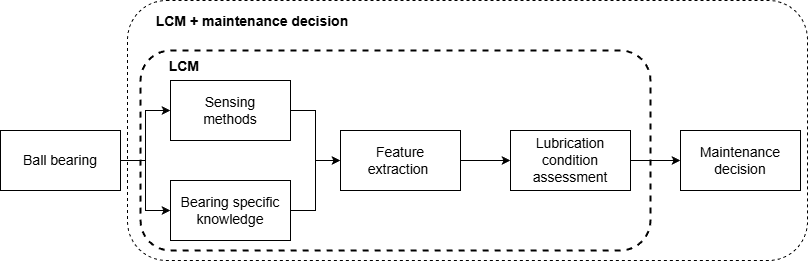
Earlier version of the draw.io export article/figures/lcm_overview.png (FVardi/literature-review-lubrication-condition-monitoring). Source tidied: cells renumbered, new cells last; positions are measured from the earlier drawing's top-left corner, leaving out a move shared by most shapes. The source it was exported from:
```xml
<mxGraphModel>
  <root>
    <mxCell id="0" />
    <mxCell id="1" parent="0" />
    <mxCell id="2" style="edgeStyle=orthogonalEdgeStyle;rounded=0;jettySize=auto;html=1;entryX=0;entryY=0.5;entryDx=0;entryDy=0;" parent="1" edge="1" source="4" target="6">
      <mxGeometry relative="1" as="geometry" />
    </mxCell>
    <mxCell id="3" style="edgeStyle=orthogonalEdgeStyle;rounded=0;jettySize=auto;html=1;entryX=0;entryY=0.5;entryDx=0;entryDy=0;" parent="1" edge="1" source="4" target="8">
      <mxGeometry relative="1" as="geometry" />
    </mxCell>
    <mxCell id="4" value="&lt;font style=&quot;font-size: 14px;&quot;&gt;Ball bearing&lt;/font&gt;" style="rounded=0;whiteSpace=wrap;html=1;" parent="1" vertex="1">
      <mxGeometry y="130" width="120" height="60" as="geometry" />
    </mxCell>
    <mxCell id="5" style="edgeStyle=orthogonalEdgeStyle;rounded=0;jettySize=auto;html=1;" parent="1" edge="1" source="6" target="10">
      <mxGeometry relative="1" as="geometry" />
    </mxCell>
    <mxCell id="6" value="&lt;font style=&quot;font-size: 14px;&quot;&gt;Sensing&lt;br&gt;methods&lt;/font&gt;" style="rounded=0;whiteSpace=wrap;html=1;" parent="1" vertex="1">
      <mxGeometry x="170" y="80" width="120" height="60" as="geometry" />
    </mxCell>
    <mxCell id="7" style="edgeStyle=orthogonalEdgeStyle;rounded=0;jettySize=auto;html=1;" parent="1" edge="1" source="8" target="10">
      <mxGeometry relative="1" as="geometry" />
    </mxCell>
    <mxCell id="8" value="&lt;font style=&quot;font-size: 14px;&quot;&gt;Bearing specific knowledge&lt;/font&gt;" style="rounded=0;whiteSpace=wrap;html=1;" parent="1" vertex="1">
      <mxGeometry x="170" y="180" width="120" height="60" as="geometry" />
    </mxCell>
    <mxCell id="9" style="edgeStyle=orthogonalEdgeStyle;rounded=0;jettySize=auto;html=1;" parent="1" edge="1" source="10" target="12">
      <mxGeometry relative="1" as="geometry" />
    </mxCell>
    <mxCell id="10" value="&lt;font style=&quot;font-size: 14px;&quot;&gt;Feature&lt;br&gt;&lt;/font&gt;&lt;div&gt;&lt;font style=&quot;font-size: 14px;&quot;&gt;extraction&lt;span style=&quot;background-color: transparent; color: light-dark(rgb(0, 0, 0), rgb(255, 255, 255));&quot;&gt;&amp;nbsp;&lt;/span&gt;&lt;/font&gt;&lt;/div&gt;" style="rounded=0;whiteSpace=wrap;html=1;" parent="1" vertex="1">
      <mxGeometry x="340" y="130" width="120" height="60" as="geometry" />
    </mxCell>
    <mxCell id="11" style="edgeStyle=orthogonalEdgeStyle;rounded=0;jettySize=auto;html=1;" parent="1" edge="1" source="12" target="13">
      <mxGeometry relative="1" as="geometry" />
    </mxCell>
    <mxCell id="12" value="&lt;font style=&quot;font-size: 14px;&quot;&gt;Lubrication condition assessment&lt;/font&gt;" style="rounded=0;whiteSpace=wrap;html=1;" parent="1" vertex="1">
      <mxGeometry x="510" y="130" width="120" height="60" as="geometry" />
    </mxCell>
    <mxCell id="13" value="&lt;font style=&quot;font-size: 14px;&quot;&gt;Maintenance decision&lt;/font&gt;" style="rounded=0;whiteSpace=wrap;html=1;" parent="1" vertex="1">
      <mxGeometry x="680" y="130" width="120" height="60" as="geometry" />
    </mxCell>
    <mxCell id="14" value="&lt;div&gt;&lt;b style=&quot;font-size: 14px;&quot;&gt;&lt;span style=&quot;white-space: pre;&quot;&gt;&#9;&lt;/span&gt;LCM&lt;br&gt;&lt;br&gt;&lt;br&gt;&lt;br&gt;&lt;br&gt;&lt;br&gt;&lt;br&gt;&lt;br&gt;&lt;br&gt;&lt;br&gt;&lt;br&gt;&lt;/b&gt;&lt;/div&gt;" style="rounded=1;whiteSpace=wrap;html=1;dashed=1;fillColor=none;align=left;strokeWidth=2;" parent="1" vertex="1">
      <mxGeometry x="140" y="50" width="510" height="200" as="geometry" />
    </mxCell>
    <mxCell id="15" value="&lt;div&gt;&lt;b style=&quot;font-size: 14px;&quot;&gt;&lt;span style=&quot;white-space: pre;&quot;&gt;&#9;&lt;/span&gt;LCM + maintenance decision&lt;br&gt;&lt;br&gt;&lt;br&gt;&lt;br&gt;&lt;br&gt;&lt;br&gt;&lt;br&gt;&lt;br&gt;&lt;br&gt;&lt;br&gt;&lt;br&gt;&lt;br&gt;&lt;br&gt;&lt;br&gt;&lt;/b&gt;&lt;/div&gt;" style="rounded=1;whiteSpace=wrap;html=1;dashed=1;fillColor=none;align=left;" parent="1" vertex="1">
      <mxGeometry x="127" width="680" height="260" as="geometry" />
    </mxCell>
  </root>
</mxGraphModel>
```
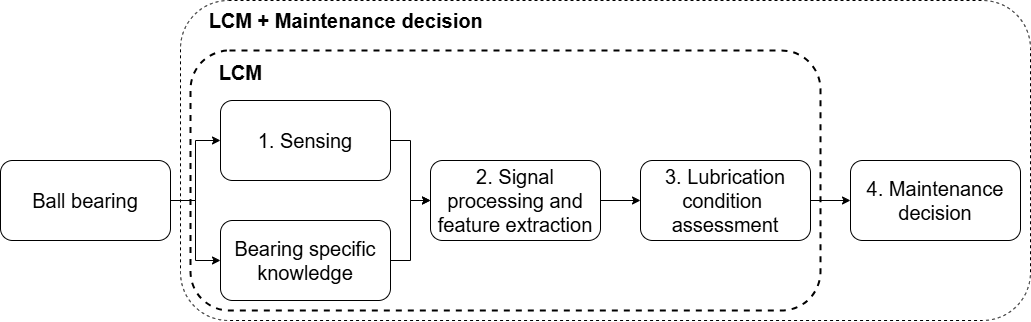
Above is the later version.

What changed in the source:
```diff
@@ -2,47 +2,47 @@
   <root>
     <mxCell id="0" />
     <mxCell id="1" parent="0" />
-    <mxCell id="2" style="edgeStyle=orthogonalEdgeStyle;rounded=0;jettySize=auto;html=1;entryX=0;entryY=0.5;entryDx=0;entryDy=0;" parent="1" edge="1" source="4" target="6">
-      <mxGeometry relative="1" as="geometry" />
-    </mxCell>
+    <mxCell id="16" style="edgeStyle=orthogonalEdgeStyle;rounded=0;jettySize=auto;html=1;exitX=1;exitY=0.5;exitDx=0;exitDy=0;entryX=0;entryY=0.5;entryDx=0;entryDy=0;" parent="1" edge="1" source="4" target="19">
+      <mxGeometry relative="1" as="geometry" />
+    </mxCell>
-    <mxCell id="3" style="edgeStyle=orthogonalEdgeStyle;rounded=0;jettySize=auto;html=1;entryX=0;entryY=0.5;entryDx=0;entryDy=0;" parent="1" edge="1" source="4" target="8">
+    <mxCell id="3" style="edgeStyle=orthogonalEdgeStyle;rounded=0;jettySize=auto;html=1;exitX=1;exitY=0.5;exitDx=0;exitDy=0;" parent="1" edge="1" source="4" target="8">
       <mxGeometry relative="1" as="geometry" />
     </mxCell>
-    <mxCell id="4" value="&lt;font style=&quot;font-size: 14px;&quot;&gt;Ball bearing&lt;/font&gt;" style="rounded=0;whiteSpace=wrap;html=1;" parent="1" vertex="1">
-      <mxGeometry y="130" width="120" height="60" as="geometry" />
+    <mxCell id="4" value="&lt;font style=&quot;font-size: 20px;&quot;&gt;Ball bearing&lt;/font&gt;" style="rounded=1;whiteSpace=wrap;html=1;fontSize=14;" parent="1" vertex="1">
+      <mxGeometry x="-30" y="130" width="170" height="80" as="geometry" />
     </mxCell>
-    <mxCell id="5" style="edgeStyle=orthogonalEdgeStyle;rounded=0;jettySize=auto;html=1;" parent="1" edge="1" source="6" target="10">
-      <mxGeometry relative="1" as="geometry" />
-    </mxCell>
-    <mxCell id="6" value="&lt;font style=&quot;font-size: 14px;&quot;&gt;Sensing&lt;br&gt;methods&lt;/font&gt;" style="rounded=0;whiteSpace=wrap;html=1;" parent="1" vertex="1">
-      <mxGeometry x="170" y="80" width="120" height="60" as="geometry" />
-    </mxCell>
-    <mxCell id="7" style="edgeStyle=orthogonalEdgeStyle;rounded=0;jettySize=auto;html=1;" parent="1" edge="1" source="8" target="10">
-      <mxGeometry relative="1" as="geometry" />
-    </mxCell>
+    <mxCell id="14" value="&lt;div&gt;&lt;b&gt;&lt;font style=&quot;font-size: 20px;&quot;&gt;&lt;span style=&quot;white-space: pre;&quot;&gt;&#9;&lt;/span&gt;LCM&lt;/font&gt;&lt;/b&gt;&lt;/div&gt;&lt;div&gt;&lt;b&gt;&lt;font style=&quot;font-size: 20px;&quot;&gt;&lt;br&gt;&lt;/font&gt;&lt;/b&gt;&lt;/div&gt;&lt;div&gt;&lt;b&gt;&lt;font style=&quot;font-size: 20px;&quot;&gt;&lt;br&gt;&lt;/font&gt;&lt;/b&gt;&lt;/div&gt;&lt;div&gt;&lt;b&gt;&lt;font style=&quot;font-size: 20px;&quot;&gt;&lt;br&gt;&lt;/font&gt;&lt;/b&gt;&lt;/div&gt;&lt;div&gt;&lt;b&gt;&lt;font style=&quot;font-size: 20px;&quot;&gt;&lt;br&gt;&lt;/font&gt;&lt;/b&gt;&lt;/div&gt;&lt;div&gt;&lt;b&gt;&lt;font style=&quot;font-size: 20px;&quot;&gt;&lt;br&gt;&lt;/font&gt;&lt;/b&gt;&lt;/div&gt;&lt;div&gt;&lt;b&gt;&lt;font style=&quot;font-size: 20px;&quot;&gt;&lt;br&gt;&lt;/font&gt;&lt;/b&gt;&lt;/div&gt;&lt;div&gt;&lt;b&gt;&lt;font style=&quot;font-size: 20px;&quot;&gt;&lt;br&gt;&lt;/font&gt;&lt;/b&gt;&lt;/div&gt;&lt;div&gt;&lt;b&gt;&lt;font style=&quot;font-size: 20px;&quot;&gt;&lt;br&gt;&lt;/font&gt;&lt;/b&gt;&lt;/div&gt;&lt;div&gt;&lt;b&gt;&lt;font style=&quot;font-size: 20px;&quot;&gt;&lt;br&gt;&lt;/font&gt;&lt;/b&gt;&lt;/div&gt;" style="rounded=1;whiteSpace=wrap;html=1;dashed=1;glass=0;fillColor=none;strokeWidth=2;align=left;" parent="1" vertex="1">
+      <mxGeometry x="160" y="20" width="630" height="260" as="geometry" />
+    </mxCell>
+    <mxCell id="17" value="&lt;font style=&quot;font-size: 20px;&quot;&gt;&lt;b style=&quot;&quot;&gt;&lt;span style=&quot;white-space: pre;&quot;&gt;&#9;&lt;/span&gt;LCM + Maintenance decision&lt;/b&gt;&lt;/font&gt;&lt;div&gt;&lt;font style=&quot;font-size: 20px;&quot;&gt;&lt;b&gt;&lt;br&gt;&lt;/b&gt;&lt;/font&gt;&lt;/div&gt;&lt;div&gt;&lt;font style=&quot;font-size: 20px;&quot;&gt;&lt;b&gt;&lt;br&gt;&lt;/b&gt;&lt;/font&gt;&lt;/div&gt;&lt;div&gt;&lt;font style=&quot;font-size: 20px;&quot;&gt;&lt;b&gt;&lt;br&gt;&lt;/b&gt;&lt;/font&gt;&lt;/div&gt;&lt;div&gt;&lt;font style=&quot;font-size: 20px;&quot;&gt;&lt;b&gt;&lt;br&gt;&lt;/b&gt;&lt;/font&gt;&lt;/div&gt;&lt;div&gt;&lt;font style=&quot;font-size: 20px;&quot;&gt;&lt;b&gt;&lt;br&gt;&lt;/b&gt;&lt;/font&gt;&lt;/div&gt;&lt;div&gt;&lt;font style=&quot;font-size: 20px;&quot;&gt;&lt;b&gt;&lt;br&gt;&lt;/b&gt;&lt;/font&gt;&lt;/div&gt;&lt;div&gt;&lt;font style=&quot;font-size: 20px;&quot;&gt;&lt;b&gt;&lt;br&gt;&lt;/b&gt;&lt;/font&gt;&lt;/div&gt;&lt;div&gt;&lt;font style=&quot;font-size: 20px;&quot;&gt;&lt;b&gt;&lt;br&gt;&lt;/b&gt;&lt;/font&gt;&lt;/div&gt;&lt;div&gt;&lt;font style=&quot;font-size: 20px;&quot;&gt;&lt;b&gt;&lt;br&gt;&lt;/b&gt;&lt;/font&gt;&lt;/div&gt;&lt;div&gt;&lt;font style=&quot;font-size: 20px;&quot;&gt;&lt;b&gt;&lt;br&gt;&lt;/b&gt;&lt;/font&gt;&lt;/div&gt;&lt;div&gt;&lt;font style=&quot;font-size: 20px;&quot;&gt;&lt;b&gt;&lt;br&gt;&lt;/b&gt;&lt;/font&gt;&lt;/div&gt;&lt;div&gt;&lt;br&gt;&lt;/div&gt;" style="rounded=1;whiteSpace=wrap;html=1;dashed=1;glass=0;fillColor=none;strokeWidth=1;strokeColor=default;align=left;" parent="1" vertex="1">
+      <mxGeometry x="150" y="-30" width="850" height="320" as="geometry" />
+    </mxCell>
+    <mxCell id="18" style="edgeStyle=orthogonalEdgeStyle;rounded=0;jettySize=auto;html=1;exitX=1;exitY=0.5;exitDx=0;exitDy=0;" parent="1" edge="1" source="19" target="21">
+      <mxGeometry relative="1" as="geometry" />
+    </mxCell>
+    <mxCell id="19" value="&lt;font style=&quot;font-size: 20px;&quot;&gt;1. Sensing&lt;/font&gt;" style="rounded=1;whiteSpace=wrap;html=1;fontSize=14;" parent="1" vertex="1">
+      <mxGeometry x="190" y="70" width="170" height="80" as="geometry" />
+    </mxCell>
+    <mxCell id="20" style="edgeStyle=orthogonalEdgeStyle;rounded=0;jettySize=auto;html=1;exitX=1;exitY=0.5;exitDx=0;exitDy=0;entryX=0;entryY=0.5;entryDx=0;entryDy=0;" parent="1" edge="1" source="21" target="23">
+      <mxGeometry relative="1" as="geometry" />
+    </mxCell>
+    <mxCell id="21" value="&lt;font style=&quot;font-size: 20px;&quot;&gt;2. Signal processing and feature extraction&lt;/font&gt;" style="rounded=1;whiteSpace=wrap;html=1;fontSize=14;" parent="1" vertex="1">
+      <mxGeometry x="400" y="130" width="170" height="80" as="geometry" />
+    </mxCell>
+    <mxCell id="22" style="edgeStyle=orthogonalEdgeStyle;rounded=0;jettySize=auto;html=1;" parent="1" edge="1" source="23" target="24">
+      <mxGeometry relative="1" as="geometry" />
+    </mxCell>
+    <mxCell id="23" value="&lt;font style=&quot;font-size: 20px;&quot;&gt;3. Lubrication condition&lt;/font&gt;&lt;span style=&quot;background-color: transparent; color: light-dark(rgb(0, 0, 0), rgb(255, 255, 255)); font-size: 20px;&quot;&gt;&amp;nbsp;&lt;/span&gt;&lt;div&gt;&lt;span style=&quot;background-color: transparent; color: light-dark(rgb(0, 0, 0), rgb(255, 255, 255)); font-size: 20px;&quot;&gt;assessment&lt;/span&gt;&lt;/div&gt;" style="rounded=1;whiteSpace=wrap;html=1;fontSize=14;" parent="1" vertex="1">
+      <mxGeometry x="610" y="130" width="170" height="80" as="geometry" />
+    </mxCell>
+    <mxCell id="24" value="&lt;font style=&quot;font-size: 20px;&quot;&gt;4. Maintenance decision&lt;/font&gt;" style="rounded=1;whiteSpace=wrap;html=1;fontSize=14;" parent="1" vertex="1">
+      <mxGeometry x="820" y="130" width="170" height="80" as="geometry" />
+    </mxCell>
+    <mxCell id="25" style="edgeStyle=orthogonalEdgeStyle;rounded=0;jettySize=auto;html=1;exitX=1;exitY=0.5;exitDx=0;exitDy=0;entryX=0;entryY=0.5;entryDx=0;entryDy=0;" parent="1" edge="1" source="8" target="21">
+      <mxGeometry relative="1" as="geometry" />
+    </mxCell>
-    <mxCell id="8" value="&lt;font style=&quot;font-size: 14px;&quot;&gt;Bearing specific knowledge&lt;/font&gt;" style="rounded=0;whiteSpace=wrap;html=1;" parent="1" vertex="1">
-      <mxGeometry x="170" y="180" width="120" height="60" as="geometry" />
+    <mxCell id="8" value="&lt;font style=&quot;font-size: 20px;&quot;&gt;Bearing specific knowledge&lt;/font&gt;" style="rounded=1;whiteSpace=wrap;html=1;fontSize=14;" parent="1" vertex="1">
+      <mxGeometry x="190" y="190" width="170" height="80" as="geometry" />
     </mxCell>
-    <mxCell id="9" style="edgeStyle=orthogonalEdgeStyle;rounded=0;jettySize=auto;html=1;" parent="1" edge="1" source="10" target="12">
-      <mxGeometry relative="1" as="geometry" />
-    </mxCell>
-    <mxCell id="10" value="&lt;font style=&quot;font-size: 14px;&quot;&gt;Feature&lt;br&gt;&lt;/font&gt;&lt;div&gt;&lt;font style=&quot;font-size: 14px;&quot;&gt;extraction&lt;span style=&quot;background-color: transparent; color: light-dark(rgb(0, 0, 0), rgb(255, 255, 255));&quot;&gt;&amp;nbsp;&lt;/span&gt;&lt;/font&gt;&lt;/div&gt;" style="rounded=0;whiteSpace=wrap;html=1;" parent="1" vertex="1">
-      <mxGeometry x="340" y="130" width="120" height="60" as="geometry" />
-    </mxCell>
-    <mxCell id="11" style="edgeStyle=orthogonalEdgeStyle;rounded=0;jettySize=auto;html=1;" parent="1" edge="1" source="12" target="13">
-      <mxGeometry relative="1" as="geometry" />
-    </mxCell>
-    <mxCell id="12" value="&lt;font style=&quot;font-size: 14px;&quot;&gt;Lubrication condition assessment&lt;/font&gt;" style="rounded=0;whiteSpace=wrap;html=1;" parent="1" vertex="1">
-      <mxGeometry x="510" y="130" width="120" height="60" as="geometry" />
-    </mxCell>
-    <mxCell id="13" value="&lt;font style=&quot;font-size: 14px;&quot;&gt;Maintenance decision&lt;/font&gt;" style="rounded=0;whiteSpace=wrap;html=1;" parent="1" vertex="1">
-      <mxGeometry x="680" y="130" width="120" height="60" as="geometry" />
-    </mxCell>
-    <mxCell id="14" value="&lt;div&gt;&lt;b style=&quot;font-size: 14px;&quot;&gt;&lt;span style=&quot;white-space: pre;&quot;&gt;&#9;&lt;/span&gt;LCM&lt;br&gt;&lt;br&gt;&lt;br&gt;&lt;br&gt;&lt;br&gt;&lt;br&gt;&lt;br&gt;&lt;br&gt;&lt;br&gt;&lt;br&gt;&lt;br&gt;&lt;/b&gt;&lt;/div&gt;" style="rounded=1;whiteSpace=wrap;html=1;dashed=1;fillColor=none;align=left;strokeWidth=2;" parent="1" vertex="1">
-      <mxGeometry x="140" y="50" width="510" height="200" as="geometry" />
-    </mxCell>
-    <mxCell id="15" value="&lt;div&gt;&lt;b style=&quot;font-size: 14px;&quot;&gt;&lt;span style=&quot;white-space: pre;&quot;&gt;&#9;&lt;/span&gt;LCM + maintenance decision&lt;br&gt;&lt;br&gt;&lt;br&gt;&lt;br&gt;&lt;br&gt;&lt;br&gt;&lt;br&gt;&lt;br&gt;&lt;br&gt;&lt;br&gt;&lt;br&gt;&lt;br&gt;&lt;br&gt;&lt;br&gt;&lt;/b&gt;&lt;/div&gt;" style="rounded=1;whiteSpace=wrap;html=1;dashed=1;fillColor=none;align=left;" parent="1" vertex="1">
-      <mxGeometry x="127" width="680" height="260" as="geometry" />
-    </mxCell>
   </root>
 </mxGraphModel>
```
